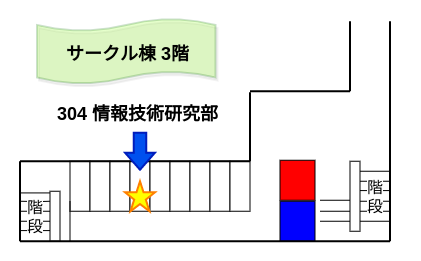
Before: wcdi-web/static/roomMap.png, a diagram exported from draw.io (wcdi/wcdi.github.io). Source tidied: cells renumbered, new cells last; positions are measured from the earlier drawing's top-left corner, leaving out a move shared by most shapes.
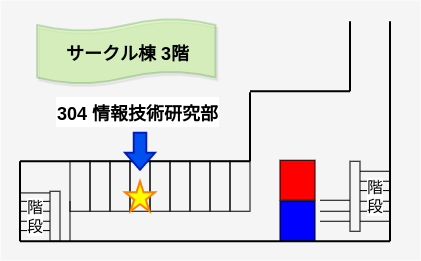
After the change.

Commit message:
Update: access map

Change to the diagram source:
```diff
@@ -2,7 +2,7 @@
   <root>
     <mxCell id="0" />
     <mxCell id="1" parent="0" />
-    <mxCell id="2" style="rounded=0;whiteSpace=wrap;html=1;strokeColor=none;" parent="1" vertex="1">
+    <mxCell id="2" style="rounded=0;whiteSpace=wrap;html=1;strokeColor=none;fillColor=#F5F5F5;" parent="1" vertex="1">
       <mxGeometry width="420" height="260" as="geometry" />
     </mxCell>
     <mxCell id="3" style="endArrow=none;html=1;" parent="1" edge="1">
@@ -14,7 +14,7 @@
     <mxCell id="4" style="shape=tape;whiteSpace=wrap;html=1;strokeWidth=2;size=0.19;labelBackgroundColor=#ffffff;fillColor=#80FF00;perimeterSpacing=0;opacity=20;shadow=1;strokeColor=#006600;" parent="1" vertex="1">
       <mxGeometry x="36.5" y="18.2" width="178.5" height="65" as="geometry" />
     </mxCell>
-    <mxCell id="5" style="rounded=0;whiteSpace=wrap;html=1;" parent="1" vertex="1">
+    <mxCell id="5" style="rounded=0;whiteSpace=wrap;html=1;fillColor=none;" parent="1" vertex="1">
       <mxGeometry x="49.5" y="190.8" width="10" height="50" as="geometry" />
     </mxCell>
     <mxCell id="6" style="endArrow=none;html=1;" parent="1" edge="1">
@@ -65,7 +65,7 @@
         <mxPoint x="389.5" y="220.8" as="targetPoint" />
       </mxGeometry>
     </mxCell>
-    <mxCell id="14" style="rounded=0;whiteSpace=wrap;html=1;" parent="1" vertex="1">
+    <mxCell id="14" style="rounded=0;whiteSpace=wrap;html=1;fillColor=none;" parent="1" vertex="1">
       <mxGeometry x="349.5" y="160.8" width="10" height="70" as="geometry" />
     </mxCell>
     <mxCell id="15" style="rounded=0;whiteSpace=wrap;html=1;fillColor=#0000FF;" parent="1" vertex="1">
@@ -74,31 +74,31 @@
     <mxCell id="16" style="rounded=0;whiteSpace=wrap;html=1;fillColor=#FF0000;" parent="1" vertex="1">
       <mxGeometry x="279.5" y="159.8" width="35" height="40" as="geometry" />
     </mxCell>
-    <mxCell id="17" style="rounded=0;whiteSpace=wrap;html=1;" parent="1" vertex="1">
+    <mxCell id="17" style="rounded=0;whiteSpace=wrap;html=1;fillColor=none;" parent="1" vertex="1">
       <mxGeometry x="69.5" y="160.8" width="20" height="50" as="geometry" />
     </mxCell>
-    <mxCell id="18" style="rounded=0;whiteSpace=wrap;html=1;" parent="1" vertex="1">
+    <mxCell id="18" style="rounded=0;whiteSpace=wrap;html=1;fillColor=none;" parent="1" vertex="1">
       <mxGeometry x="89.5" y="160.8" width="20" height="50" as="geometry" />
     </mxCell>
-    <mxCell id="19" style="rounded=0;whiteSpace=wrap;html=1;" parent="1" vertex="1">
+    <mxCell id="19" style="rounded=0;whiteSpace=wrap;html=1;fillColor=none;" parent="1" vertex="1">
       <mxGeometry x="109.5" y="160.8" width="20" height="50" as="geometry" />
     </mxCell>
-    <mxCell id="20" style="rounded=0;whiteSpace=wrap;html=1;" parent="1" vertex="1">
+    <mxCell id="20" style="rounded=0;whiteSpace=wrap;html=1;fillColor=none;" parent="1" vertex="1">
       <mxGeometry x="129.5" y="160.8" width="20" height="50" as="geometry" />
     </mxCell>
-    <mxCell id="21" style="rounded=0;whiteSpace=wrap;html=1;" parent="1" vertex="1">
+    <mxCell id="21" style="rounded=0;whiteSpace=wrap;html=1;fillColor=none;" parent="1" vertex="1">
       <mxGeometry x="149.5" y="160.8" width="20" height="50" as="geometry" />
     </mxCell>
-    <mxCell id="22" style="rounded=0;whiteSpace=wrap;html=1;" parent="1" vertex="1">
+    <mxCell id="22" style="rounded=0;whiteSpace=wrap;html=1;fillColor=none;" parent="1" vertex="1">
       <mxGeometry x="169.5" y="160.8" width="20" height="50" as="geometry" />
     </mxCell>
-    <mxCell id="23" style="rounded=0;whiteSpace=wrap;html=1;" parent="1" vertex="1">
+    <mxCell id="23" style="rounded=0;whiteSpace=wrap;html=1;fillColor=none;" parent="1" vertex="1">
       <mxGeometry x="189.5" y="160.8" width="20" height="50" as="geometry" />
     </mxCell>
-    <mxCell id="24" style="rounded=0;whiteSpace=wrap;html=1;" parent="1" vertex="1">
+    <mxCell id="24" style="rounded=0;whiteSpace=wrap;html=1;fillColor=none;" parent="1" vertex="1">
       <mxGeometry x="209.5" y="160.8" width="20" height="50" as="geometry" />
     </mxCell>
-    <mxCell id="25" style="rounded=0;whiteSpace=wrap;html=1;" parent="1" vertex="1">
+    <mxCell id="25" style="rounded=0;whiteSpace=wrap;html=1;fillColor=none;" parent="1" vertex="1">
       <mxGeometry x="229.5" y="160.8" width="20" height="50" as="geometry" />
     </mxCell>
     <mxCell id="26" style="endArrow=none;html=1;entryX=0;entryY=0;entryDx=0;entryDy=0;strokeWidth=2;" parent="1" edge="1">
@@ -130,7 +130,7 @@
         <mxPoint x="349.5" y="90.8" as="targetPoint" />
       </mxGeometry>
     </mxCell>
-    <mxCell id="31" style="endArrow=none;html=1;strokeWidth=2;" parent="1" edge="1">
+    <mxCell id="31" style="endArrow=none;html=1;strokeWidth=2;strokeColor=#000000;" parent="1" edge="1">
       <mxGeometry relative="1" as="geometry">
         <mxPoint x="349.5" y="90.8" as="sourcePoint" />
         <mxPoint x="349.5" y="20.8" as="targetPoint" />
```
